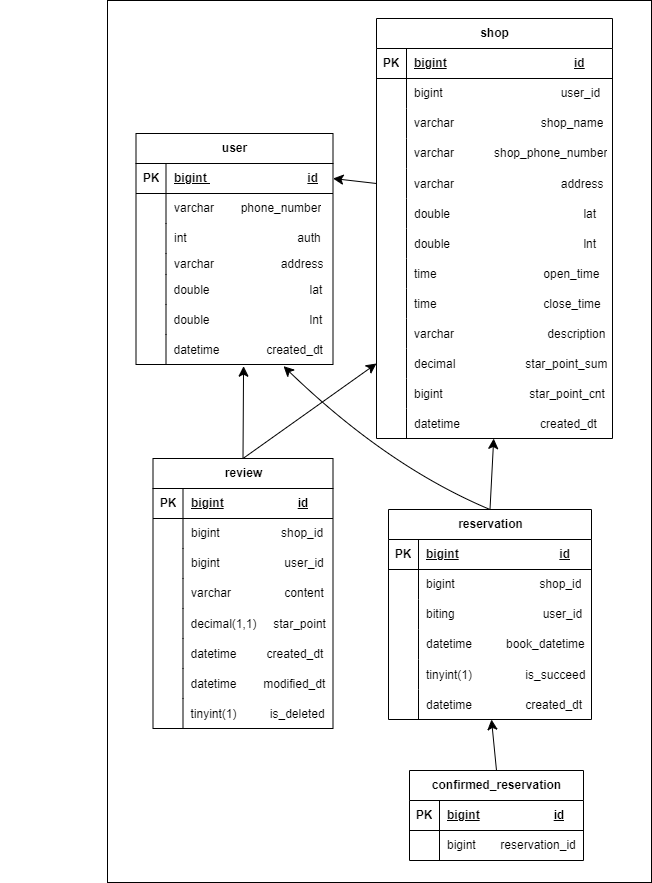
The draw.io diagram erd.drawio.png in p-yo00/zb_skill_mission, before a commit. Source tidied: cells renumbered, new cells last; positions are measured from the earlier drawing's top-left corner, leaving out a move shared by most shapes.
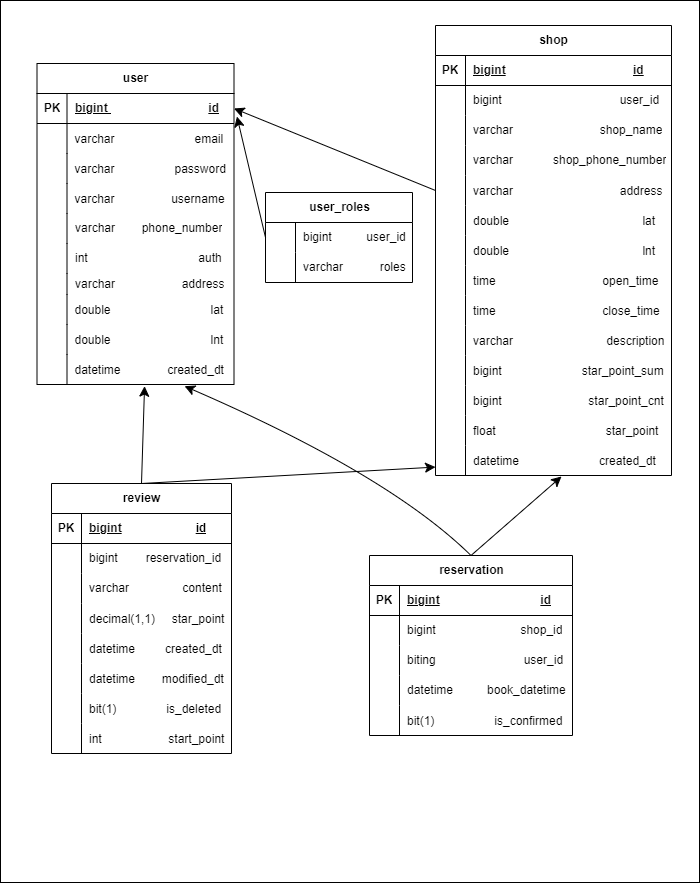
Above is the later version.

The edit, as a diff of the source:
```diff
@@ -5,6 +5,6 @@
     <mxCell id="2" style="rounded=0;whiteSpace=wrap;html=1;" parent="1" vertex="1">
-      <mxGeometry x="107" width="544" height="882" as="geometry" />
+      <mxGeometry x="-102" y="62" width="699" height="882" as="geometry" />
     </mxCell>
     <mxCell id="3" value="user" style="shape=table;startSize=30;rowLines=0;fontStyle=1;align=center;html=1;" parent="1" vertex="1">
-      <mxGeometry x="135.5" y="133" width="197" height="231" as="geometry" />
+      <mxGeometry x="-65.5" y="125" width="197" height="321" as="geometry" />
     </mxCell>
@@ -19,4 +19,31 @@
     </mxCell>
+    <mxCell id="125" style="shape=tableRow;horizontal=0;startSize=0;swimlaneHead=0;swimlaneBody=0;fillColor=none;top=0;left=0;right=0;bottom=0;" parent="3" vertex="1">
+      <mxGeometry y="60" width="197" height="30" as="geometry" />
+    </mxCell>
+    <mxCell id="126" style="shape=partialRectangle;fillColor=none;top=0;left=0;bottom=0;right=0;overflow=hidden;" parent="125" vertex="1">
+      <mxGeometry width="30" height="30" as="geometry" />
+    </mxCell>
+    <mxCell id="127" value="varchar                        email" style="shape=partialRectangle;fillColor=none;top=0;left=0;bottom=0;right=0;align=left;spacingLeft=6;overflow=hidden;" parent="125" vertex="1">
+      <mxGeometry x="30" width="167" height="30" as="geometry" />
+    </mxCell>
+    <mxCell id="128" style="shape=tableRow;horizontal=0;startSize=0;swimlaneHead=0;swimlaneBody=0;fillColor=none;top=0;left=0;right=0;bottom=0;" parent="3" vertex="1">
+      <mxGeometry y="90" width="197" height="30" as="geometry" />
+    </mxCell>
+    <mxCell id="129" style="shape=partialRectangle;fillColor=none;top=0;left=0;bottom=0;right=0;overflow=hidden;" parent="128" vertex="1">
+      <mxGeometry width="30" height="30" as="geometry" />
+    </mxCell>
+    <mxCell id="130" value="varchar                  password" style="shape=partialRectangle;fillColor=none;top=0;left=0;bottom=0;right=0;align=left;spacingLeft=6;overflow=hidden;" parent="128" vertex="1">
+      <mxGeometry x="30" width="167" height="30" as="geometry" />
+    </mxCell>
+    <mxCell id="131" style="shape=tableRow;horizontal=0;startSize=0;swimlaneHead=0;swimlaneBody=0;fillColor=none;top=0;left=0;right=0;bottom=0;" parent="3" vertex="1">
+      <mxGeometry y="120" width="197" height="30" as="geometry" />
+    </mxCell>
+    <mxCell id="132" style="shape=partialRectangle;fillColor=none;top=0;left=0;bottom=0;right=0;overflow=hidden;" parent="131" vertex="1">
+      <mxGeometry width="30" height="30" as="geometry" />
+    </mxCell>
+    <mxCell id="133" value="varchar                 username" style="shape=partialRectangle;fillColor=none;top=0;left=0;bottom=0;right=0;align=left;spacingLeft=6;overflow=hidden;" parent="131" vertex="1">
+      <mxGeometry x="30" width="167" height="30" as="geometry" />
+    </mxCell>
     <mxCell id="7" style="shape=tableRow;horizontal=0;startSize=0;swimlaneHead=0;swimlaneBody=0;fillColor=none;top=0;left=0;right=0;bottom=0;" parent="3" vertex="1">
-      <mxGeometry y="60" width="197" height="30" as="geometry" />
+      <mxGeometry y="150" width="197" height="30" as="geometry" />
     </mxCell>
@@ -29,3 +56,3 @@
     <mxCell id="10" style="shape=tableRow;horizontal=0;startSize=0;swimlaneHead=0;swimlaneBody=0;fillColor=none;top=0;left=0;right=0;bottom=0;" parent="3" vertex="1">
-      <mxGeometry y="90" width="197" height="30" as="geometry" />
+      <mxGeometry y="180" width="197" height="30" as="geometry" />
     </mxCell>
@@ -38,3 +65,3 @@
     <mxCell id="13" style="shape=tableRow;horizontal=0;startSize=0;swimlaneHead=0;swimlaneBody=0;fillColor=none;top=0;left=0;right=0;bottom=0;" parent="3" vertex="1">
-      <mxGeometry y="120" width="197" height="21" as="geometry" />
+      <mxGeometry y="210" width="197" height="21" as="geometry" />
     </mxCell>
@@ -47,3 +74,3 @@
     <mxCell id="16" style="shape=tableRow;horizontal=0;startSize=0;swimlaneHead=0;swimlaneBody=0;fillColor=none;top=0;left=0;right=0;bottom=0;" parent="3" vertex="1">
-      <mxGeometry y="141" width="197" height="30" as="geometry" />
+      <mxGeometry y="231" width="197" height="30" as="geometry" />
     </mxCell>
@@ -56,3 +83,3 @@
     <mxCell id="19" style="shape=tableRow;horizontal=0;startSize=0;swimlaneHead=0;swimlaneBody=0;fillColor=none;top=0;left=0;right=0;bottom=0;" parent="3" vertex="1">
-      <mxGeometry y="171" width="197" height="30" as="geometry" />
+      <mxGeometry y="261" width="197" height="30" as="geometry" />
     </mxCell>
@@ -65,3 +92,3 @@
     <mxCell id="22" style="shape=tableRow;horizontal=0;startSize=0;swimlaneHead=0;swimlaneBody=0;fillColor=none;points=[[0,0.5],[1,0.5]];portConstraint=eastwest;top=0;left=0;right=0;bottom=0;" parent="3" vertex="1">
-      <mxGeometry y="201" width="197" height="30" as="geometry" />
+      <mxGeometry y="291" width="197" height="30" as="geometry" />
     </mxCell>
@@ -80,3 +107,3 @@
     <mxCell id="27" value="shop" style="shape=table;startSize=30;rowLines=0;fontStyle=1;align=center;html=1;" parent="1" vertex="1">
-      <mxGeometry x="376" y="18" width="236" height="420" as="geometry" />
+      <mxGeometry x="333" y="87" width="236" height="450" as="geometry" />
     </mxCell>
@@ -178,3 +205,3 @@
     </mxCell>
-    <mxCell id="60" value="decimal                     star_point_sum" style="shape=partialRectangle;fillColor=none;top=0;left=0;bottom=0;right=0;align=left;spacingLeft=6;overflow=hidden;" parent="58" vertex="1">
+    <mxCell id="60" value="bigint                        star_point_sum" style="shape=partialRectangle;fillColor=none;top=0;left=0;bottom=0;right=0;align=left;spacingLeft=6;overflow=hidden;" parent="58" vertex="1">
       <mxGeometry x="30" width="206" height="30" as="geometry" />
@@ -190,4 +217,13 @@
     </mxCell>
+    <mxCell id="134" style="shape=tableRow;horizontal=0;startSize=0;swimlaneHead=0;swimlaneBody=0;fillColor=none;top=0;left=0;right=0;bottom=0;" parent="27" vertex="1">
+      <mxGeometry y="390" width="236" height="30" as="geometry" />
+    </mxCell>
+    <mxCell id="135" style="shape=partialRectangle;fillColor=none;top=0;left=0;bottom=0;right=0;overflow=hidden;" parent="134" vertex="1">
+      <mxGeometry width="30" height="30" as="geometry" />
+    </mxCell>
+    <mxCell id="136" value="float                                  star_point" style="shape=partialRectangle;fillColor=none;top=0;left=0;bottom=0;right=0;align=left;spacingLeft=6;overflow=hidden;" parent="134" vertex="1">
+      <mxGeometry x="30" width="206" height="30" as="geometry" />
+    </mxCell>
     <mxCell id="64" style="shape=tableRow;horizontal=0;startSize=0;swimlaneHead=0;swimlaneBody=0;fillColor=none;points=[[0,0.5],[1,0.5]];portConstraint=eastwest;top=0;left=0;right=0;bottom=0;" parent="27" vertex="1">
-      <mxGeometry y="390" width="236" height="30" as="geometry" />
+      <mxGeometry y="420" width="236" height="30" as="geometry" />
     </mxCell>
@@ -199,10 +235,7 @@
     </mxCell>
-    <mxCell id="67" style="edgeStyle=none;curved=1;rounded=0;orthogonalLoop=1;jettySize=auto;html=1;exitX=0.5;exitY=0;exitDx=0;exitDy=0;fontSize=12;startSize=8;endSize=8;" parent="1" edge="1">
-      <mxGeometry relative="1" as="geometry">
-        <mxPoint x="489.5" y="509" as="sourcePoint" />
-        <mxPoint x="493.2" y="438" as="targetPoint" />
-      </mxGeometry>
+    <mxCell id="67" style="edgeStyle=none;curved=1;rounded=0;jettySize=auto;html=1;exitX=0.5;exitY=0;exitDx=0;exitDy=0;fontSize=12;startSize=8;endSize=8;entryX=0.534;entryY=1.033;entryDx=0;entryDy=0;entryPerimeter=0;" parent="1" edge="1" source="68" target="64">
+      <mxGeometry relative="1" as="geometry" />
     </mxCell>
     <mxCell id="68" value="reservation" style="shape=table;startSize=30;rowLines=0;fontStyle=1;align=center;html=1;" parent="1" vertex="1">
-      <mxGeometry x="388" y="509" width="203" height="210" as="geometry" />
+      <mxGeometry x="267" y="617" width="203" height="180" as="geometry" />
     </mxCell>
@@ -250,42 +283,12 @@
     </mxCell>
-    <mxCell id="83" value="tinyint(1)                is_succeed" style="shape=partialRectangle;fillColor=none;top=0;left=0;bottom=0;right=0;align=left;spacingLeft=6;overflow=hidden;" parent="81" vertex="1">
+    <mxCell id="83" value="bit(1)                  is_confirmed" style="shape=partialRectangle;fillColor=none;top=0;left=0;bottom=0;right=0;align=left;spacingLeft=6;overflow=hidden;" parent="81" vertex="1">
       <mxGeometry x="30" width="173" height="30" as="geometry" />
     </mxCell>
-    <mxCell id="84" style="shape=tableRow;horizontal=0;startSize=0;swimlaneHead=0;swimlaneBody=0;fillColor=none;points=[[0,0.5],[1,0.5]];portConstraint=eastwest;top=0;left=0;right=0;bottom=0;" parent="68" vertex="1">
-      <mxGeometry y="180" width="203" height="30" as="geometry" />
-    </mxCell>
-    <mxCell id="85" style="shape=partialRectangle;fillColor=none;top=0;left=0;bottom=0;right=0;overflow=hidden;" parent="84" vertex="1">
-      <mxGeometry width="30" height="30" as="geometry" />
-    </mxCell>
-    <mxCell id="86" value="datetime                created_dt" style="shape=partialRectangle;fillColor=none;top=0;left=0;bottom=0;right=0;align=left;spacingLeft=6;overflow=hidden;" parent="84" vertex="1">
-      <mxGeometry x="30" width="173" height="30" as="geometry" />
-    </mxCell>
-    <mxCell id="87" style="edgeStyle=none;curved=1;rounded=0;jettySize=auto;html=1;exitX=0.5;exitY=0;exitDx=0;exitDy=0;fontSize=12;startSize=8;endSize=8;" parent="1" edge="1" source="88" target="84">
-      <mxGeometry relative="1" as="geometry" />
-    </mxCell>
-    <mxCell id="88" value="confirmed_reservation" style="shape=table;startSize=30;rowLines=0;fontStyle=1;align=center;html=1;" parent="1" vertex="1">
-      <mxGeometry x="409" y="770" width="174" height="90" as="geometry" />
-    </mxCell>
-    <mxCell id="89" style="shape=tableRow;horizontal=0;startSize=0;swimlaneHead=0;swimlaneBody=0;fillColor=none;top=0;left=0;right=0;bottom=1;" parent="88" vertex="1">
-      <mxGeometry y="30" width="174" height="30" as="geometry" />
-    </mxCell>
-    <mxCell id="90" value="PK" style="shape=partialRectangle;fillColor=none;top=0;left=0;bottom=0;right=0;fontStyle=1;overflow=hidden;whiteSpace=wrap;html=1;" parent="89" vertex="1">
-      <mxGeometry width="30" height="30" as="geometry" />
-    </mxCell>
-    <mxCell id="91" value="bigint&lt;span style=&quot;white-space: pre;&quot;&gt;&#9;&lt;/span&gt;&lt;span style=&quot;white-space: pre;&quot;&gt;&#9;&lt;/span&gt;&lt;span style=&quot;white-space: pre;&quot;&gt;&#9;&lt;/span&gt;id" style="shape=partialRectangle;fillColor=none;top=0;left=0;bottom=0;right=0;align=left;spacingLeft=6;fontStyle=5;overflow=hidden;whiteSpace=wrap;html=1;" parent="89" vertex="1">
-      <mxGeometry x="30" width="144" height="30" as="geometry" />
-    </mxCell>
-    <mxCell id="92" style="shape=tableRow;horizontal=0;startSize=0;swimlaneHead=0;swimlaneBody=0;fillColor=none;top=0;left=0;right=0;bottom=0;" parent="88" vertex="1">
-      <mxGeometry y="60" width="174" height="30" as="geometry" />
-    </mxCell>
-    <mxCell id="93" style="shape=partialRectangle;fillColor=none;top=0;left=0;bottom=0;right=0;overflow=hidden;whiteSpace=wrap;html=1;" parent="92" vertex="1">
-      <mxGeometry width="30" height="30" as="geometry" />
-    </mxCell>
-    <mxCell id="94" value="bigint&lt;span style=&quot;white-space: pre;&quot;&gt;&#9;&lt;/span&gt;reservation_id" style="shape=partialRectangle;fillColor=none;top=0;left=0;bottom=0;right=0;align=left;spacingLeft=6;overflow=hidden;whiteSpace=wrap;html=1;" parent="92" vertex="1">
-      <mxGeometry x="30" width="144" height="30" as="geometry" />
-    </mxCell>
-    <mxCell id="95" style="edgeStyle=none;curved=1;rounded=0;orthogonalLoop=1;jettySize=auto;html=1;exitX=0.75;exitY=0;exitDx=0;exitDy=0;fontSize=12;startSize=8;endSize=8;" parent="1" edge="1" source="88" target="88">
-      <mxGeometry relative="1" as="geometry" />
+    <mxCell id="95" style="edgeStyle=none;curved=1;rounded=0;orthogonalLoop=1;jettySize=auto;html=1;exitX=0.75;exitY=0;exitDx=0;exitDy=0;fontSize=12;startSize=8;endSize=8;" parent="1" edge="1">
+      <mxGeometry relative="1" as="geometry">
+        <mxPoint x="539.5" y="770" as="sourcePoint" />
+        <mxPoint x="539.5" y="770" as="targetPoint" />
+      </mxGeometry>
     </mxCell>
-    <mxCell id="96" style="edgeStyle=none;curved=1;rounded=0;jettySize=auto;html=1;exitX=0.5;exitY=0;exitDx=0;exitDy=0;entryX=0;entryY=0.5;entryDx=0;entryDy=0;fontSize=12;startSize=8;endSize=8;" parent="1" edge="1" source="97" target="58">
+    <mxCell id="96" style="edgeStyle=none;curved=1;rounded=0;jettySize=auto;html=1;exitX=0.5;exitY=0;exitDx=0;exitDy=0;fontSize=12;startSize=8;endSize=8;" parent="1" edge="1" source="97" target="64">
       <mxGeometry relative="1" as="geometry" />
@@ -293,3 +296,3 @@
     <mxCell id="97" value="review" style="shape=table;startSize=30;rowLines=0;fontStyle=1;align=center;html=1;" parent="1" vertex="1">
-      <mxGeometry x="152.5" y="458" width="180" height="270" as="geometry" />
+      <mxGeometry x="-51" y="545" width="180" height="270" as="geometry" />
     </mxCell>
@@ -310,16 +313,7 @@
     </mxCell>
-    <mxCell id="103" value="bigint&lt;span style=&quot;white-space: pre;&quot;&gt;&#9;&lt;/span&gt;&lt;span style=&quot;white-space: pre;&quot;&gt;&#9;&amp;nbsp;&lt;/span&gt;&amp;nbsp; shop_id" style="shape=partialRectangle;fillColor=none;top=0;left=0;bottom=0;right=0;align=left;spacingLeft=6;overflow=hidden;whiteSpace=wrap;html=1;" parent="101" vertex="1">
+    <mxCell id="103" value="bigint&lt;span style=&quot;white-space: pre;&quot;&gt;&#9;&lt;/span&gt;&amp;nbsp;reservation_id" style="shape=partialRectangle;fillColor=none;top=0;left=0;bottom=0;right=0;align=left;spacingLeft=6;overflow=hidden;whiteSpace=wrap;html=1;" parent="101" vertex="1">
       <mxGeometry x="30" width="150" height="30" as="geometry" />
     </mxCell>
-    <mxCell id="104" style="shape=tableRow;horizontal=0;startSize=0;swimlaneHead=0;swimlaneBody=0;fillColor=none;top=0;left=0;right=0;bottom=0;" parent="97" vertex="1">
-      <mxGeometry y="90" width="180" height="30" as="geometry" />
-    </mxCell>
-    <mxCell id="105" style="shape=partialRectangle;fillColor=none;top=0;left=0;bottom=0;right=0;overflow=hidden;whiteSpace=wrap;html=1;" parent="104" vertex="1">
-      <mxGeometry width="30" height="30" as="geometry" />
-    </mxCell>
-    <mxCell id="106" value="bigint&lt;span style=&quot;white-space: pre;&quot;&gt;&#9;&lt;/span&gt;&lt;span style=&quot;white-space: pre;&quot;&gt;&#9;&amp;nbsp;&lt;/span&gt;&amp;nbsp; &amp;nbsp;user_id" style="shape=partialRectangle;fillColor=none;top=0;left=0;bottom=0;right=0;align=left;spacingLeft=6;overflow=hidden;whiteSpace=wrap;html=1;" parent="104" vertex="1">
-      <mxGeometry x="30" width="150" height="30" as="geometry" />
-    </mxCell>
     <mxCell id="107" style="shape=tableRow;horizontal=0;startSize=0;swimlaneHead=0;swimlaneBody=0;fillColor=none;top=0;left=0;right=0;bottom=0;" parent="97" vertex="1">
-      <mxGeometry y="120" width="180" height="30" as="geometry" />
+      <mxGeometry y="90" width="180" height="30" as="geometry" />
     </mxCell>
@@ -332,3 +326,3 @@
     <mxCell id="110" style="shape=tableRow;horizontal=0;startSize=0;swimlaneHead=0;swimlaneBody=0;fillColor=none;top=0;left=0;right=0;bottom=0;" parent="97" vertex="1">
-      <mxGeometry y="150" width="180" height="30" as="geometry" />
+      <mxGeometry y="120" width="180" height="30" as="geometry" />
     </mxCell>
@@ -341,3 +335,3 @@
     <mxCell id="113" style="shape=tableRow;horizontal=0;startSize=0;swimlaneHead=0;swimlaneBody=0;fillColor=none;top=0;left=0;right=0;bottom=0;" parent="97" vertex="1">
-      <mxGeometry y="180" width="180" height="30" as="geometry" />
+      <mxGeometry y="150" width="180" height="30" as="geometry" />
     </mxCell>
@@ -350,3 +344,3 @@
     <mxCell id="116" style="shape=tableRow;horizontal=0;startSize=0;swimlaneHead=0;swimlaneBody=0;fillColor=none;top=0;left=0;right=0;bottom=0;" parent="97" vertex="1">
-      <mxGeometry y="210" width="180" height="30" as="geometry" />
+      <mxGeometry y="180" width="180" height="30" as="geometry" />
     </mxCell>
@@ -359,3 +353,3 @@
     <mxCell id="119" style="shape=tableRow;horizontal=0;startSize=0;swimlaneHead=0;swimlaneBody=0;fillColor=none;top=0;left=0;right=0;bottom=0;" parent="97" vertex="1">
-      <mxGeometry y="240" width="180" height="30" as="geometry" />
+      <mxGeometry y="210" width="180" height="30" as="geometry" />
     </mxCell>
@@ -364,5 +358,14 @@
     </mxCell>
-    <mxCell id="121" value="tinyint(1)          is_deleted" style="shape=partialRectangle;fillColor=none;top=0;left=0;bottom=0;right=0;align=left;spacingLeft=6;overflow=hidden;" parent="119" vertex="1">
+    <mxCell id="121" value="bit(1)               is_deleted" style="shape=partialRectangle;fillColor=none;top=0;left=0;bottom=0;right=0;align=left;spacingLeft=6;overflow=hidden;" parent="119" vertex="1">
       <mxGeometry x="30" width="150" height="30" as="geometry" />
     </mxCell>
+    <mxCell id="137" style="shape=tableRow;horizontal=0;startSize=0;swimlaneHead=0;swimlaneBody=0;fillColor=none;top=0;left=0;right=0;bottom=0;" parent="97" vertex="1">
+      <mxGeometry y="240" width="180" height="30" as="geometry" />
+    </mxCell>
+    <mxCell id="138" style="shape=partialRectangle;fillColor=none;top=0;left=0;bottom=0;right=0;overflow=hidden;" parent="137" vertex="1">
+      <mxGeometry width="30" height="30" as="geometry" />
+    </mxCell>
+    <mxCell id="139" value="int                    start_point" style="shape=partialRectangle;fillColor=none;top=0;left=0;bottom=0;right=0;align=left;spacingLeft=6;overflow=hidden;" parent="137" vertex="1">
+      <mxGeometry x="30" width="150" height="30" as="geometry" />
+    </mxCell>
     <mxCell id="122" style="edgeStyle=none;curved=1;rounded=0;jettySize=auto;html=1;exitX=0;exitY=0.5;exitDx=0;exitDy=0;entryX=1;entryY=0.5;entryDx=0;entryDy=0;fontSize=12;startSize=8;endSize=8;" parent="1" edge="1" source="40" target="4">
@@ -376,3 +379,3 @@
         <Array as="points">
-          <mxPoint x="387" y="466" />
+          <mxPoint x="286" y="536" />
         </Array>
@@ -380,2 +383,26 @@
     </mxCell>
+    <mxCell id="140" value="user_roles" style="shape=table;startSize=30;rowLines=0;fontStyle=1;align=center;html=1;" parent="1" vertex="1">
+      <mxGeometry x="163" y="254" width="147" height="90" as="geometry" />
+    </mxCell>
+    <mxCell id="141" style="shape=tableRow;horizontal=0;startSize=0;swimlaneHead=0;swimlaneBody=0;fillColor=none;points=[[0,0.5],[1,0.5]];portConstraint=eastwest;top=0;left=0;right=0;bottom=0;" parent="140" vertex="1">
+      <mxGeometry y="30" width="147" height="30" as="geometry" />
+    </mxCell>
+    <mxCell id="142" style="shape=partialRectangle;fillColor=none;top=0;left=0;bottom=0;right=0;overflow=hidden;whiteSpace=wrap;html=1;" parent="141" vertex="1">
+      <mxGeometry width="30" height="30" as="geometry" />
+    </mxCell>
+    <mxCell id="106" value="bigint&lt;span style=&quot;white-space: pre;&quot;&gt;&#9;&lt;/span&gt;&amp;nbsp; &amp;nbsp;&lt;span style=&quot;white-space: pre;&quot;&gt;user_id&lt;/span&gt;" style="shape=partialRectangle;fillColor=none;top=0;left=0;bottom=0;right=0;align=left;spacingLeft=6;overflow=hidden;whiteSpace=wrap;html=1;" parent="141" vertex="1">
+      <mxGeometry x="30" width="117" height="30" as="geometry" />
+    </mxCell>
+    <mxCell id="143" style="shape=tableRow;horizontal=0;startSize=0;swimlaneHead=0;swimlaneBody=0;fillColor=none;top=0;left=0;right=0;bottom=0;" parent="140" vertex="1">
+      <mxGeometry y="60" width="147" height="30" as="geometry" />
+    </mxCell>
+    <mxCell id="144" style="shape=partialRectangle;fillColor=none;top=0;left=0;bottom=0;right=0;overflow=hidden;whiteSpace=wrap;html=1;" parent="143" vertex="1">
+      <mxGeometry width="30" height="30" as="geometry" />
+    </mxCell>
+    <mxCell id="145" value="varchar&amp;nbsp; &amp;nbsp; &amp;nbsp; &amp;nbsp; &amp;nbsp; &amp;nbsp;roles" style="shape=partialRectangle;fillColor=none;top=0;left=0;bottom=0;right=0;align=left;spacingLeft=6;overflow=hidden;whiteSpace=wrap;html=1;" parent="143" vertex="1">
+      <mxGeometry x="30" width="117" height="30" as="geometry" />
+    </mxCell>
+    <mxCell id="146" style="edgeStyle=none;curved=1;rounded=0;jettySize=auto;html=1;exitX=0;exitY=0.5;exitDx=0;exitDy=0;fontSize=12;startSize=8;endSize=8;entryX=1.015;entryY=0.767;entryDx=0;entryDy=0;entryPerimeter=0;" parent="1" edge="1" source="141" target="4">
+      <mxGeometry relative="1" as="geometry" />
+    </mxCell>
   </root>
```
